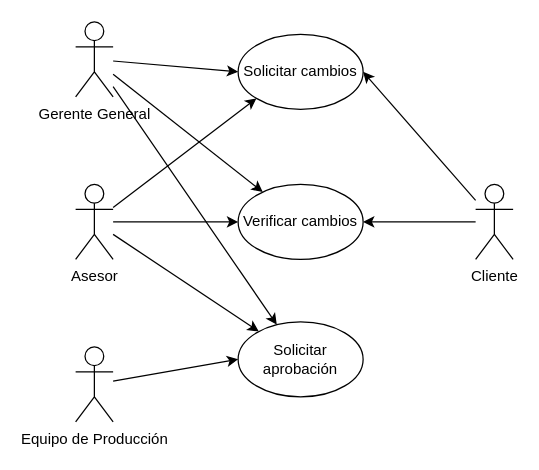
HoliSoyTamo/Diagramas keeps this draw.io diagram as page "2" (2 of 2) of Casos de Uso.drawio. Above is the earlier version. Source tidied: cells renumbered, new cells numbered last; positions are measured from the earlier drawing's top-left corner, leaving out a move shared by most shapes. Both pictures are drawn from the tidied source at 125%, with x=0, y=0 at pixel (75, 21).
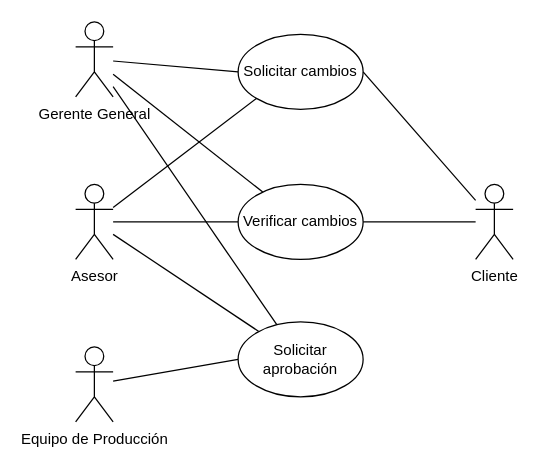
After the change.

Change to the diagram source:
```diff
@@
 <mxGraphModel>
   <root>
     <mxCell id="0" />
     <mxCell id="1" parent="0" />
     <mxCell id="2" value="Solicitar cambios" style="ellipse;whiteSpace=wrap;html=1;" parent="1" vertex="1">
       <mxGeometry x="130" y="10" width="100" height="60" as="geometry" />
     </mxCell>
-    <mxCell id="3" style="edgeStyle=none;rounded=0;jettySize=auto;html=1;entryX=0;entryY=1;entryDx=0;entryDy=0;" parent="1" edge="1" source="6" target="2">
+    <mxCell id="3" style="edgeStyle=none;rounded=0;jettySize=auto;html=1;entryX=0;entryY=1;entryDx=0;entryDy=0;endArrow=none;endFill=0;" parent="1" edge="1" source="6" target="2">
       <mxGeometry relative="1" as="geometry" />
     </mxCell>
-    <mxCell id="4" style="edgeStyle=none;rounded=0;jettySize=auto;html=1;entryX=0;entryY=0.5;entryDx=0;entryDy=0;" parent="1" edge="1" source="6" target="16">
+    <mxCell id="4" style="edgeStyle=none;rounded=0;jettySize=auto;html=1;entryX=0;entryY=0.5;entryDx=0;entryDy=0;endArrow=none;endFill=0;" parent="1" edge="1" source="6" target="16">
       <mxGeometry relative="1" as="geometry" />
     </mxCell>
-    <mxCell id="5" style="edgeStyle=none;rounded=0;jettySize=auto;html=1;" parent="1" edge="1" source="6" target="17">
+    <mxCell id="5" style="edgeStyle=none;rounded=0;jettySize=auto;html=1;endArrow=none;endFill=0;" parent="1" edge="1" source="6" target="17">
       <mxGeometry relative="1" as="geometry" />
     </mxCell>
     <mxCell id="6" value="Asesor" style="shape=umlActor;verticalLabelPosition=bottom;verticalAlign=top;html=1;outlineConnect=0;" parent="1" vertex="1">
       <mxGeometry y="130" width="30" height="60" as="geometry" />
     </mxCell>
-    <mxCell id="7" style="edgeStyle=none;rounded=0;jettySize=auto;html=1;entryX=0;entryY=0.5;entryDx=0;entryDy=0;" parent="1" edge="1" source="10" target="2">
+    <mxCell id="7" style="edgeStyle=none;rounded=0;jettySize=auto;html=1;entryX=0;entryY=0.5;entryDx=0;entryDy=0;endArrow=none;endFill=0;" parent="1" edge="1" source="10" target="2">
       <mxGeometry relative="1" as="geometry" />
     </mxCell>
-    <mxCell id="8" style="edgeStyle=none;rounded=0;jettySize=auto;html=1;" parent="1" edge="1" source="10" target="16">
+    <mxCell id="8" style="edgeStyle=none;rounded=0;jettySize=auto;html=1;endArrow=none;endFill=0;" parent="1" edge="1" source="10" target="16">
       <mxGeometry relative="1" as="geometry" />
     </mxCell>
-    <mxCell id="9" style="edgeStyle=none;rounded=0;jettySize=auto;html=1;" parent="1" edge="1" source="10" target="17">
+    <mxCell id="9" style="edgeStyle=none;rounded=0;jettySize=auto;html=1;endArrow=none;endFill=0;" parent="1" edge="1" source="10" target="17">
       <mxGeometry relative="1" as="geometry" />
     </mxCell>
     <mxCell id="10" value="Gerente General" style="shape=umlActor;verticalLabelPosition=bottom;verticalAlign=top;html=1;outlineConnect=0;" parent="1" vertex="1">
       <mxGeometry width="30" height="60" as="geometry" />
     </mxCell>
-    <mxCell id="11" style="edgeStyle=none;rounded=0;jettySize=auto;html=1;entryX=1;entryY=0.5;entryDx=0;entryDy=0;" parent="1" edge="1" source="13" target="2">
+    <mxCell id="11" style="edgeStyle=none;rounded=0;jettySize=auto;html=1;entryX=1;entryY=0.5;entryDx=0;entryDy=0;endArrow=none;endFill=0;" parent="1" edge="1" source="13" target="2">
       <mxGeometry relative="1" as="geometry" />
     </mxCell>
-    <mxCell id="12" style="edgeStyle=none;rounded=0;jettySize=auto;html=1;" parent="1" edge="1" source="13" target="16">
+    <mxCell id="12" style="edgeStyle=none;rounded=0;jettySize=auto;html=1;endArrow=none;endFill=0;" parent="1" edge="1" source="13" target="16">
       <mxGeometry relative="1" as="geometry" />
     </mxCell>
     <mxCell id="13" value="Cliente" style="shape=umlActor;verticalLabelPosition=bottom;verticalAlign=top;html=1;outlineConnect=0;" parent="1" vertex="1">
       <mxGeometry x="320" y="130" width="30" height="60" as="geometry" />
     </mxCell>
-    <mxCell id="14" style="edgeStyle=none;rounded=0;jettySize=auto;html=1;entryX=0;entryY=0.5;entryDx=0;entryDy=0;" parent="1" edge="1" source="15" target="17">
+    <mxCell id="14" style="edgeStyle=none;rounded=0;jettySize=auto;html=1;entryX=0;entryY=0.5;entryDx=0;entryDy=0;endArrow=none;endFill=0;" parent="1" edge="1" source="15" target="17">
       <mxGeometry relative="1" as="geometry" />
     </mxCell>
     <mxCell id="15" value="Equipo de Producción" style="shape=umlActor;verticalLabelPosition=bottom;verticalAlign=top;html=1;outlineConnect=0;" parent="1" vertex="1">
       <mxGeometry y="260" width="30" height="60" as="geometry" />
     </mxCell>
     <mxCell id="16" value="Verificar&amp;nbsp;cambios" style="ellipse;whiteSpace=wrap;html=1;" parent="1" vertex="1">
       <mxGeometry x="130" y="130" width="100" height="60" as="geometry" />
     </mxCell>
     <mxCell id="17" value="Solicitar aprobación" style="ellipse;whiteSpace=wrap;html=1;" parent="1" vertex="1">
       <mxGeometry x="130" y="240" width="100" height="60" as="geometry" />
     </mxCell>
   </root>
 </mxGraphModel>
```
